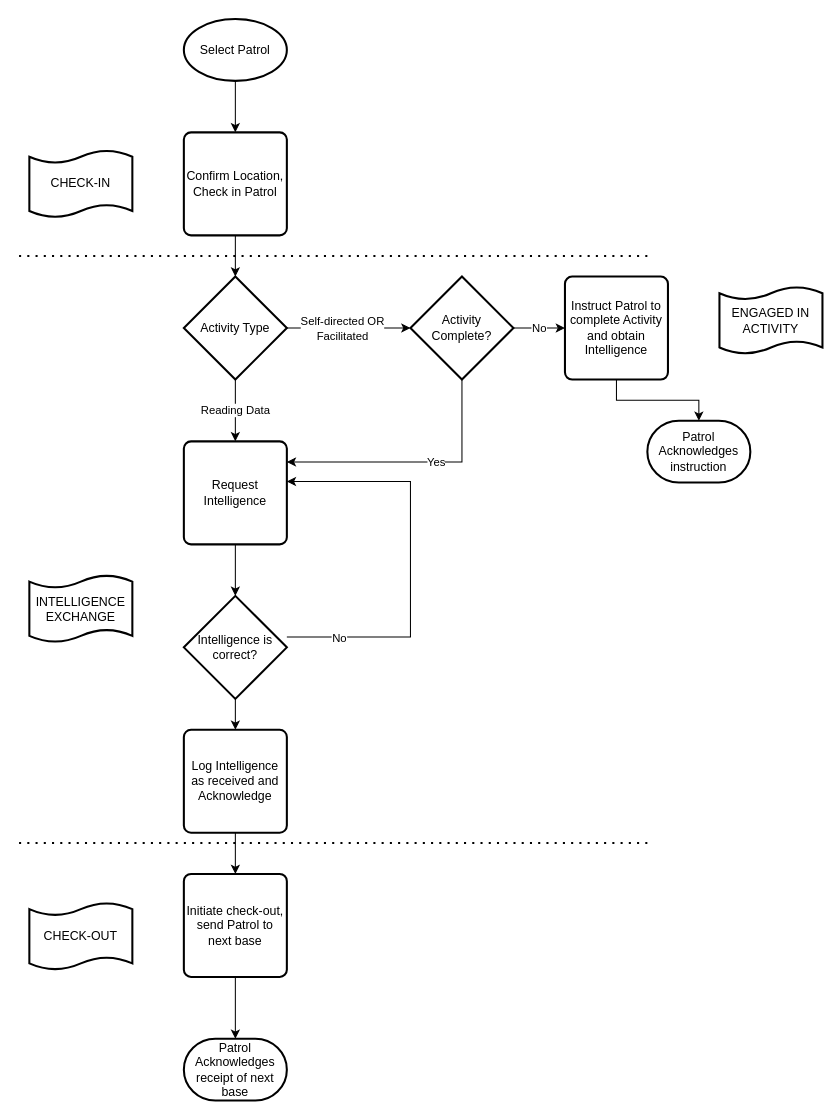
Scouts-Victoria-Program/RadioActiv8 keeps this draw.io diagram as doc/diagrams/workflow.drawio. Above is the earlier version. Source tidied: cells renumbered, new cells numbered last; positions are measured from the earlier drawing's top-left corner, leaving out a move shared by most shapes. Both pictures are drawn from the tidied source at 103%, with x=0, y=0 at pixel (19, 19).
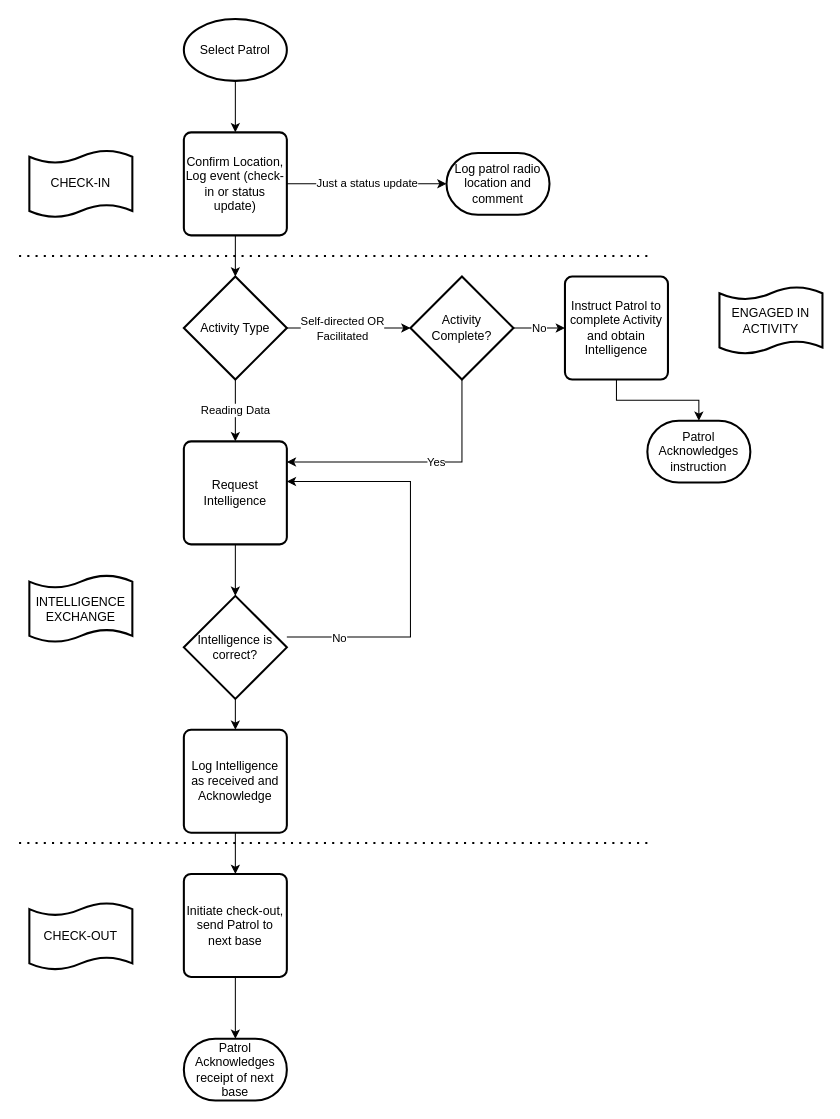
The same diagram, later.

Commit message:
Update workflow diagram

Change to the diagram source:
```diff
@@
-    <mxCell id="5" value="Confirm Location,&lt;br&gt;Check in Patrol" style="rounded=1;whiteSpace=wrap;html=1;absoluteArcSize=1;arcSize=14;strokeWidth=2;" parent="1" vertex="1">
+    <mxCell id="5" value="Confirm Location,&lt;br&gt;Log event (check-in or status update)" style="rounded=1;whiteSpace=wrap;html=1;absoluteArcSize=1;arcSize=14;strokeWidth=2;" parent="1" vertex="1">
       <mxGeometry x="160" y="110" width="100" height="100" as="geometry" />
     </mxCell>
@@
+    <mxCell id="34" value="Just a status update" style="edgeStyle=orthogonalEdgeStyle;rounded=0;jettySize=auto;html=1;" parent="1" edge="1" source="5" target="35">
+      <mxGeometry relative="1" as="geometry" />
+    </mxCell>
@@
+    <mxCell id="35" value="Log patrol radio location and comment" style="strokeWidth=2;html=1;shape=mxgraph.flowchart.terminator;whiteSpace=wrap;" parent="1" vertex="1">
+      <mxGeometry x="415" y="130" width="100" height="60" as="geometry" />
+    </mxCell>
```
